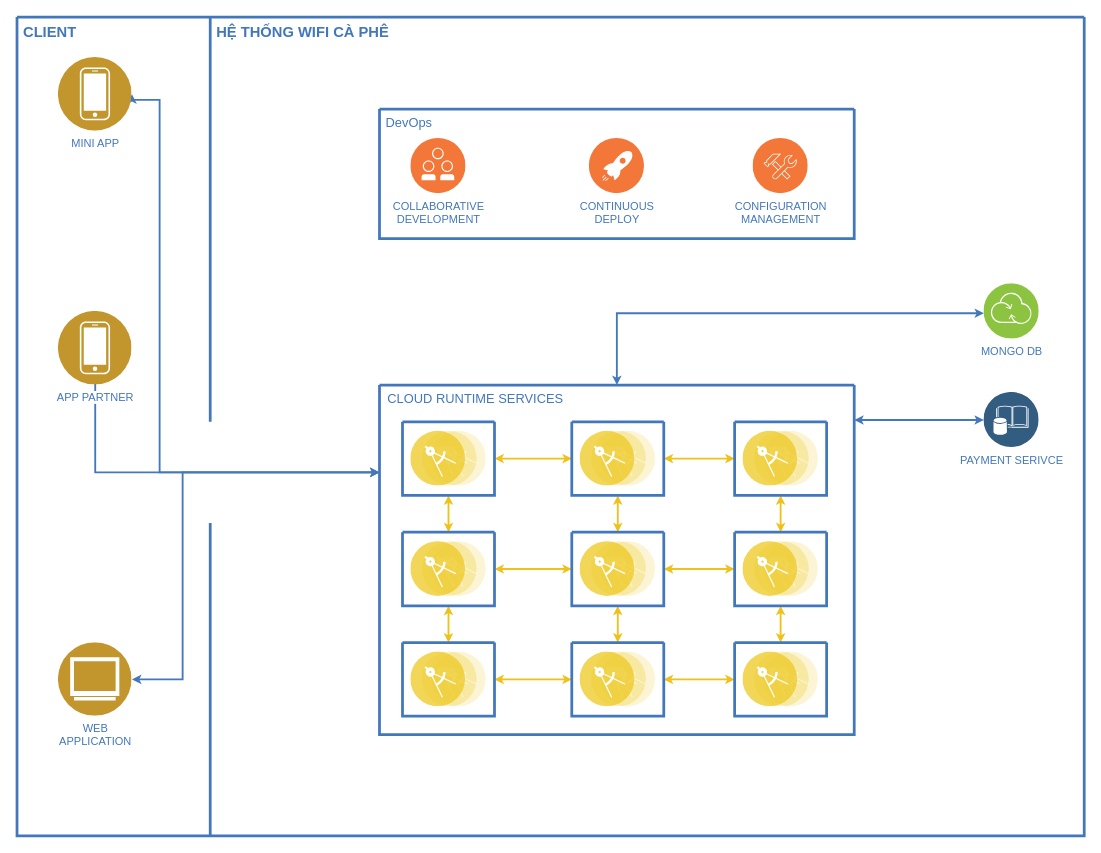
Before: wf-overview.drawio in tuanleanhhh/drawio-diagrams, a draw.io diagram. Source tidied: cells renumbered, new cells numbered last; positions are measured from the earlier drawing's top-left corner, leaving out a move shared by most shapes. Both pictures are drawn from the tidied source at 92%, with x=0, y=0 at pixel (17, 17). Pictures stored in the file or linked from it are replaced by grey dashed boxes.
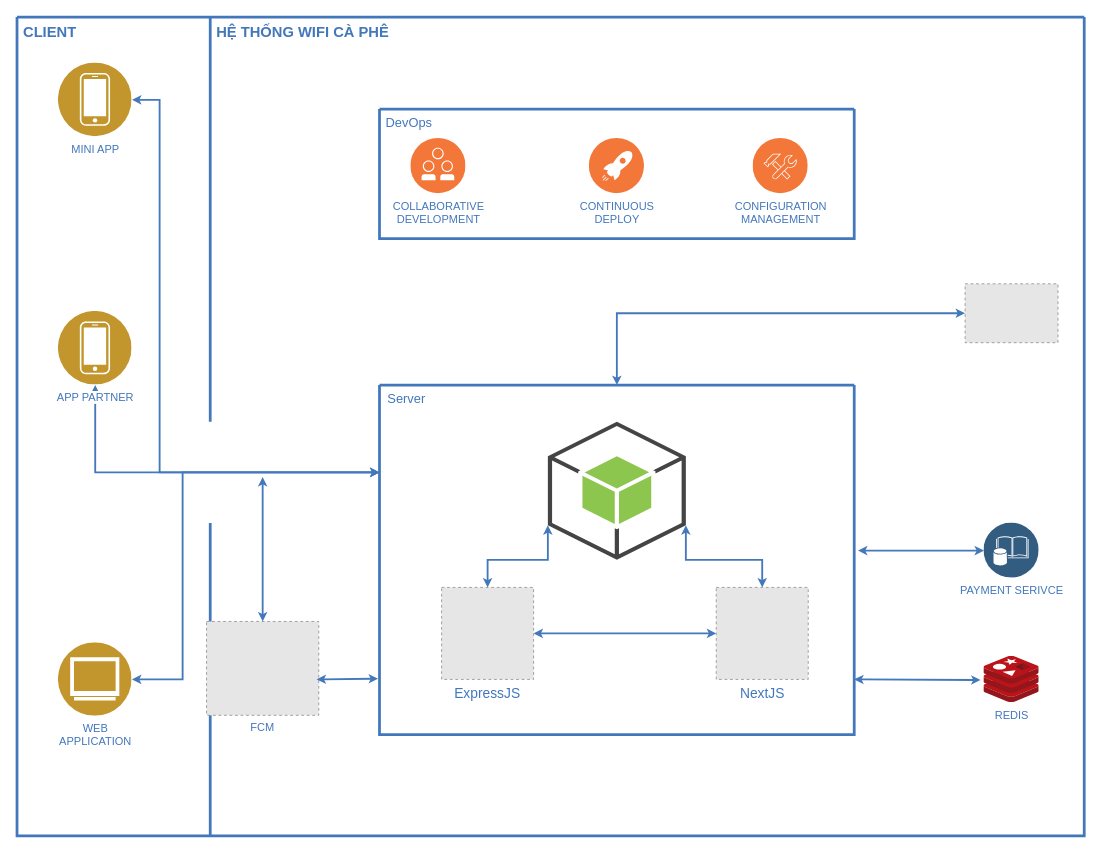
The same diagram, later.

The change refers to these unchanged cells:
```xml
<mxCell id="2" style="swimlane;shadow=0;strokeColor=#4277BB;fillColor=#ffffff;fontColor=#4277BB;align=right;startSize=0;strokeWidth=3;" parent="1" vertex="1">
  <mxGeometry width="1160" height="890" as="geometry" />
</mxCell>
<mxCell id="9" value="APP PARTNER" style="perimeter=ellipsePerimeter;html=1;align=center;shadow=0;dashed=0;image;image=img/lib/ibm/users/device.svg;labelBackgroundColor=#ffffff;strokeColor=#666666;strokeWidth=3;fillColor=#C2952D;gradientColor=none;fontSize=12;fontColor=#4277BB;" parent="2" vertex="1">
  <mxGeometry x="45" y="320" width="80" height="80" as="geometry" />
</mxCell>
```

Diff of the diagram source:
```diff
@@
-    <mxCell id="8" style="edgeStyle=orthogonalEdgeStyle;rounded=0;html=1;labelBackgroundColor=#ffffff;startArrow=classic;startFill=1;startSize=4;endArrow=classic;endFill=1;endSize=4;jettySize=auto;strokeColor=#4378BB;strokeWidth=2;fontSize=19;fontColor=#CC99FF;exitX=0.5;exitY=0;exitDx=0;exitDy=0;entryX=0;entryY=0.25;entryDx=0;entryDy=0;" parent="2" edge="1" source="9" target="16">
+    <mxCell id="8" style="edgeStyle=orthogonalEdgeStyle;rounded=0;html=1;labelBackgroundColor=#ffffff;startArrow=classic;startFill=1;startSize=4;endArrow=classic;endFill=1;endSize=4;jettySize=auto;strokeColor=#4378BB;strokeWidth=2;fontSize=19;fontColor=#CC99FF;entryX=0;entryY=0.25;entryDx=0;entryDy=0;exitX=0.5;exitY=1;exitDx=0;exitDy=0;" parent="2" edge="1" source="9" target="16">
       <mxGeometry relative="1" as="geometry">
         <Array as="points">
           <mxPoint x="85" y="495" />
         </Array>
       </mxGeometry>
     </mxCell>
@@
-    <mxCell id="16" style="swimlane;shadow=0;strokeColor=#4277BB;fillColor=#ffffff;fontColor=#4277BB;align=right;startSize=0;strokeWidth=3;" parent="2" vertex="1">
+    <mxCell id="16" style="swimlane;shadow=0;strokeColor=#4277BB;fillColor=#ffffff;fontColor=#4277BB;align=center;startSize=0;strokeWidth=3;labelPosition=center;verticalLabelPosition=bottom;verticalAlign=top;fontSize=15;" parent="2" vertex="1">
       <mxGeometry x="394" y="400" width="516" height="380" as="geometry" />
     </mxCell>
-    <mxCell id="17" value="CLOUD RUNTIME SERVICES" style="text;html=1;align=left;verticalAlign=top;fontColor=#4277BB;shadow=0;dashed=0;strokeColor=none;fillColor=none;labelBackgroundColor=none;fontStyle=0;fontSize=14;spacingLeft=5;" parent="16" vertex="1">
+    <mxCell id="17" value="Server" style="text;html=1;align=left;verticalAlign=top;fontColor=#4277BB;shadow=0;dashed=0;strokeColor=none;fillColor=none;labelBackgroundColor=none;fontStyle=0;fontSize=14;spacingLeft=5;" parent="16" vertex="1">
       <mxGeometry x="2" width="231" height="24" as="geometry" />
     </mxCell>
-    <mxCell id="18" style="edgeStyle=orthogonalEdgeStyle;rounded=0;html=1;entryX=0;entryY=0.5;labelBackgroundColor=#ffffff;startArrow=classic;startFill=1;startSize=4;endArrow=classic;endFill=1;endSize=4;jettySize=auto;strokeColor=#EEC11B;strokeWidth=2;fontSize=14;fontColor=#4277BB;" parent="16" edge="1" source="20" target="24">
-      <mxGeometry relative="1" as="geometry" />
-    </mxCell>
-    <mxCell id="19" style="edgeStyle=orthogonalEdgeStyle;rounded=0;html=1;entryX=0.5;entryY=0;labelBackgroundColor=#ffffff;startArrow=classic;startFill=1;startSize=4;endArrow=classic;endFill=1;endSize=4;jettySize=auto;strokeColor=#EEC11B;strokeWidth=2;fontSize=14;fontColor=#4277BB;" parent="16" edge="1" source="20" target="31">
-      <mxGeometry relative="1" as="geometry" />
-    </mxCell>
-    <mxCell id="20" style="swimlane;shadow=0;strokeColor=#4277BB;fillColor=#ffffff;fontColor=#4277BB;align=right;startSize=0;strokeWidth=3;" parent="16" vertex="1">
-      <mxGeometry x="25" y="40" width="100" height="80" as="geometry" />
-    </mxCell>
-    <mxCell id="21" style="perimeter=ellipsePerimeter;html=1;align=center;shadow=0;dashed=0;image;image=img/lib/ibm/applications/microservice.svg;labelBackgroundColor=#ffffff;strokeColor=#666666;strokeWidth=3;fillColor=#C2952D;gradientColor=none;fontSize=12;fontColor=#4277BB;" parent="20" vertex="1">
-      <mxGeometry x="9" y="10" width="82" height="60" as="geometry" />
-    </mxCell>
-    <mxCell id="22" style="edgeStyle=orthogonalEdgeStyle;rounded=0;html=1;entryX=0;entryY=0.5;labelBackgroundColor=#ffffff;startArrow=classic;startFill=1;startSize=4;endArrow=classic;endFill=1;endSize=4;jettySize=auto;strokeColor=#EEC11B;strokeWidth=2;fontSize=14;fontColor=#4277BB;" parent="16" edge="1" source="24" target="27">
-      <mxGeometry relative="1" as="geometry" />
-    </mxCell>
-    <mxCell id="23" style="edgeStyle=orthogonalEdgeStyle;rounded=0;html=1;entryX=0.5;entryY=0;labelBackgroundColor=#ffffff;startArrow=classic;startFill=1;startSize=4;endArrow=classic;endFill=1;endSize=4;jettySize=auto;strokeColor=#EEC11B;strokeWidth=2;fontSize=14;fontColor=#4277BB;" parent="16" edge="1" source="24" target="35">
-      <mxGeometry relative="1" as="geometry" />
-    </mxCell>
-    <mxCell id="24" style="swimlane;shadow=0;strokeColor=#4277BB;fillColor=#ffffff;fontColor=#4277BB;align=right;startSize=0;strokeWidth=3;" parent="16" vertex="1">
-      <mxGeometry x="209" y="40" width="100" height="80" as="geometry" />
-    </mxCell>
-    <mxCell id="25" style="perimeter=ellipsePerimeter;html=1;align=center;shadow=0;dashed=0;image;image=img/lib/ibm/applications/microservice.svg;labelBackgroundColor=#ffffff;strokeColor=#666666;strokeWidth=3;fillColor=#C2952D;gradientColor=none;fontSize=12;fontColor=#4277BB;" parent="24" vertex="1">
-      <mxGeometry x="9" y="10" width="82" height="60" as="geometry" />
-    </mxCell>
-    <mxCell id="26" style="edgeStyle=orthogonalEdgeStyle;rounded=0;html=1;entryX=0.5;entryY=0;labelBackgroundColor=#ffffff;startArrow=classic;startFill=1;startSize=4;endArrow=classic;endFill=1;endSize=4;jettySize=auto;strokeColor=#EEC11B;strokeWidth=2;fontSize=14;fontColor=#4277BB;" parent="16" edge="1" source="27" target="38">
-      <mxGeometry relative="1" as="geometry" />
-    </mxCell>
-    <mxCell id="27" style="swimlane;shadow=0;strokeColor=#4277BB;fillColor=#ffffff;fontColor=#4277BB;align=right;startSize=0;strokeWidth=3;" parent="16" vertex="1">
-      <mxGeometry x="386" y="40" width="100" height="80" as="geometry" />
-    </mxCell>
-    <mxCell id="28" style="perimeter=ellipsePerimeter;html=1;align=center;shadow=0;dashed=0;image;image=img/lib/ibm/applications/microservice.svg;labelBackgroundColor=#ffffff;strokeColor=#666666;strokeWidth=3;fillColor=#C2952D;gradientColor=none;fontSize=12;fontColor=#4277BB;" parent="27" vertex="1">
-      <mxGeometry x="9" y="10" width="82" height="60" as="geometry" />
-    </mxCell>
-    <mxCell id="29" style="edgeStyle=orthogonalEdgeStyle;rounded=0;html=1;entryX=0;entryY=0.5;labelBackgroundColor=#ffffff;startArrow=classic;startFill=1;startSize=4;endArrow=classic;endFill=1;endSize=4;jettySize=auto;strokeColor=#EEC11B;strokeWidth=2;fontSize=14;fontColor=#4277BB;" parent="16" edge="1" source="31" target="35">
-      <mxGeometry relative="1" as="geometry" />
-    </mxCell>
-    <mxCell id="30" style="edgeStyle=orthogonalEdgeStyle;rounded=0;html=1;entryX=0.5;entryY=0;labelBackgroundColor=#ffffff;startArrow=classic;startFill=1;startSize=4;endArrow=classic;endFill=1;endSize=4;jettySize=auto;strokeColor=#EEC11B;strokeWidth=2;fontSize=14;fontColor=#4277BB;" parent="16" edge="1" source="31" target="41">
-      <mxGeometry relative="1" as="geometry" />
-    </mxCell>
-    <mxCell id="31" style="swimlane;shadow=0;strokeColor=#4277BB;fillColor=#ffffff;fontColor=#4277BB;align=right;startSize=0;strokeWidth=3;" parent="16" vertex="1">
-      <mxGeometry x="25" y="160" width="100" height="80" as="geometry" />
-    </mxCell>
-    <mxCell id="32" style="perimeter=ellipsePerimeter;html=1;align=center;shadow=0;dashed=0;image;image=img/lib/ibm/applications/microservice.svg;labelBackgroundColor=#ffffff;strokeColor=#666666;strokeWidth=3;fillColor=#C2952D;gradientColor=none;fontSize=12;fontColor=#4277BB;" parent="31" vertex="1">
-      <mxGeometry x="9" y="10" width="82" height="60" as="geometry" />
-    </mxCell>
-    <mxCell id="33" style="edgeStyle=orthogonalEdgeStyle;rounded=0;html=1;entryX=0;entryY=0.5;labelBackgroundColor=#ffffff;startArrow=classic;startFill=1;startSize=4;endArrow=classic;endFill=1;endSize=4;jettySize=auto;strokeColor=#EEC11B;strokeWidth=2;fontSize=14;fontColor=#4277BB;" parent="16" edge="1" source="35" target="38">
-      <mxGeometry relative="1" as="geometry" />
-    </mxCell>
-    <mxCell id="34" style="edgeStyle=orthogonalEdgeStyle;rounded=0;html=1;entryX=0.5;entryY=0;labelBackgroundColor=#ffffff;startArrow=classic;startFill=1;startSize=4;endArrow=classic;endFill=1;endSize=4;jettySize=auto;strokeColor=#EEC11B;strokeWidth=2;fontSize=14;fontColor=#4277BB;" parent="16" edge="1" source="35" target="44">
-      <mxGeometry relative="1" as="geometry" />
-    </mxCell>
-    <mxCell id="35" style="swimlane;shadow=0;strokeColor=#4277BB;fillColor=#ffffff;fontColor=#4277BB;align=right;startSize=0;strokeWidth=3;" parent="16" vertex="1">
-      <mxGeometry x="209" y="160" width="100" height="80" as="geometry" />
-    </mxCell>
-    <mxCell id="36" style="perimeter=ellipsePerimeter;html=1;align=center;shadow=0;dashed=0;image;image=img/lib/ibm/applications/microservice.svg;labelBackgroundColor=#ffffff;strokeColor=#666666;strokeWidth=3;fillColor=#C2952D;gradientColor=none;fontSize=12;fontColor=#4277BB;" parent="35" vertex="1">
-      <mxGeometry x="9" y="10" width="82" height="60" as="geometry" />
-    </mxCell>
-    <mxCell id="37" style="edgeStyle=orthogonalEdgeStyle;rounded=0;html=1;entryX=0.5;entryY=0;labelBackgroundColor=#ffffff;startArrow=classic;startFill=1;startSize=4;endArrow=classic;endFill=1;endSize=4;jettySize=auto;strokeColor=#EEC11B;strokeWidth=2;fontSize=14;fontColor=#4277BB;" parent="16" edge="1" source="38" target="46">
-      <mxGeometry relative="1" as="geometry" />
-    </mxCell>
-    <mxCell id="38" style="swimlane;shadow=0;strokeColor=#4277BB;fillColor=#ffffff;fontColor=#4277BB;align=right;startSize=0;strokeWidth=3;" parent="16" vertex="1">
-      <mxGeometry x="386" y="160" width="100" height="80" as="geometry" />
-    </mxCell>
-    <mxCell id="39" style="perimeter=ellipsePerimeter;html=1;align=center;shadow=0;dashed=0;image;image=img/lib/ibm/applications/microservice.svg;labelBackgroundColor=#ffffff;strokeColor=#666666;strokeWidth=3;fillColor=#C2952D;gradientColor=none;fontSize=12;fontColor=#4277BB;" parent="38" vertex="1">
-      <mxGeometry x="9" y="10" width="82" height="60" as="geometry" />
-    </mxCell>
-    <mxCell id="40" style="edgeStyle=orthogonalEdgeStyle;rounded=0;html=1;entryX=0;entryY=0.5;labelBackgroundColor=#ffffff;startArrow=classic;startFill=1;startSize=4;endArrow=classic;endFill=1;endSize=4;jettySize=auto;strokeColor=#EEC11B;strokeWidth=2;fontSize=14;fontColor=#4277BB;" parent="16" edge="1" source="41" target="44">
-      <mxGeometry relative="1" as="geometry" />
-    </mxCell>
-    <mxCell id="41" style="swimlane;shadow=0;strokeColor=#4277BB;fillColor=#ffffff;fontColor=#4277BB;align=right;startSize=0;strokeWidth=3;" parent="16" vertex="1">
-      <mxGeometry x="25" y="280" width="100" height="80" as="geometry" />
-    </mxCell>
-    <mxCell id="42" style="perimeter=ellipsePerimeter;html=1;align=center;shadow=0;dashed=0;image;image=img/lib/ibm/applications/microservice.svg;labelBackgroundColor=#ffffff;strokeColor=#666666;strokeWidth=3;fillColor=#C2952D;gradientColor=none;fontSize=12;fontColor=#4277BB;" parent="41" vertex="1">
-      <mxGeometry x="9" y="10" width="82" height="60" as="geometry" />
-    </mxCell>
-    <mxCell id="43" style="edgeStyle=orthogonalEdgeStyle;rounded=0;html=1;entryX=0;entryY=0.5;labelBackgroundColor=#ffffff;startArrow=classic;startFill=1;startSize=4;endArrow=classic;endFill=1;endSize=4;jettySize=auto;strokeColor=#EEC11B;strokeWidth=2;fontSize=14;fontColor=#4277BB;" parent="16" edge="1" source="44" target="46">
-      <mxGeometry relative="1" as="geometry" />
-    </mxCell>
-    <mxCell id="44" style="swimlane;shadow=0;strokeColor=#4277BB;fillColor=#ffffff;fontColor=#4277BB;align=right;startSize=0;strokeWidth=3;" parent="16" vertex="1">
-      <mxGeometry x="209" y="280" width="100" height="80" as="geometry" />
-    </mxCell>
-    <mxCell id="45" style="perimeter=ellipsePerimeter;html=1;align=center;shadow=0;dashed=0;image;image=img/lib/ibm/applications/microservice.svg;labelBackgroundColor=#ffffff;strokeColor=#666666;strokeWidth=3;fillColor=#C2952D;gradientColor=none;fontSize=12;fontColor=#4277BB;" parent="44" vertex="1">
-      <mxGeometry x="9" y="10" width="82" height="60" as="geometry" />
-    </mxCell>
-    <mxCell id="46" style="swimlane;shadow=0;strokeColor=#4277BB;fillColor=#ffffff;fontColor=#4277BB;align=right;startSize=0;strokeWidth=3;" parent="16" vertex="1">
-      <mxGeometry x="386" y="280" width="100" height="80" as="geometry" />
-    </mxCell>
-    <mxCell id="47" style="perimeter=ellipsePerimeter;html=1;align=center;shadow=0;dashed=0;image;image=img/lib/ibm/applications/microservice.svg;labelBackgroundColor=#ffffff;strokeColor=#666666;strokeWidth=3;fillColor=#C2952D;gradientColor=none;fontSize=12;fontColor=#4277BB;" parent="46" vertex="1">
-      <mxGeometry x="9" y="10" width="82" height="60" as="geometry" />
-    </mxCell>
+    <mxCell id="54" value="ExpressJS" style="fillColor=#E6E6E6;strokeColor=#999999;dashed=1;fontColor=#4277BB;labelPosition=center;verticalLabelPosition=bottom;align=center;verticalAlign=top;fontSize=15;" parent="16" vertex="1">
+      <mxGeometry x="67.5" y="220" width="100" height="100" as="geometry" />
+    </mxCell>
+    <mxCell id="55" value="NextJS" style="fillColor=#E6E6E6;strokeColor=#999999;dashed=1;fontColor=#4277BB;fontSize=15;labelPosition=center;verticalLabelPosition=bottom;align=center;verticalAlign=top;html=1;" parent="16" vertex="1">
+      <mxGeometry x="366" y="220" width="100" height="100" as="geometry" />
+    </mxCell>
+    <mxCell id="56" style="outlineConnect=0;dashed=0;verticalLabelPosition=bottom;verticalAlign=top;align=center;html=1;shape=mxgraph.aws3.android;fillColor=#8CC64F;gradientColor=none;" parent="16" vertex="1">
+      <mxGeometry x="183" y="40" width="150" height="150" as="geometry" />
+    </mxCell>
+    <mxCell id="57" style="edgeStyle=elbowEdgeStyle;rounded=0;html=1;labelBackgroundColor=#ffffff;startArrow=classic;startFill=1;startSize=4;endArrow=classic;endFill=1;endSize=4;jettySize=auto;strokeColor=#4378BB;strokeWidth=2;fontSize=19;fontColor=#CC99FF;elbow=vertical;exitX=0;exitY=0.5;exitDx=0;exitDy=0;entryX=1;entryY=0.5;entryDx=0;entryDy=0;" parent="16" edge="1" source="55" target="54">
+      <mxGeometry relative="1" as="geometry" />
+    </mxCell>
+    <mxCell id="58" style="edgeStyle=elbowEdgeStyle;rounded=0;html=1;labelBackgroundColor=#ffffff;startArrow=classic;startFill=1;startSize=4;endArrow=classic;endFill=1;endSize=4;jettySize=auto;strokeColor=#4378BB;strokeWidth=2;fontSize=19;fontColor=#CC99FF;elbow=vertical;exitX=0;exitY=0.75;exitDx=0;exitDy=0;entryX=0.5;entryY=0;entryDx=0;entryDy=0;exitPerimeter=0;" parent="16" edge="1" source="56" target="54">
+      <mxGeometry relative="1" as="geometry">
+        <Array as="points">
+          <mxPoint x="166" y="190" />
+        </Array>
+      </mxGeometry>
+    </mxCell>
+    <mxCell id="59" style="edgeStyle=elbowEdgeStyle;rounded=0;html=1;labelBackgroundColor=#ffffff;startArrow=classic;startFill=1;startSize=4;endArrow=classic;endFill=1;endSize=4;jettySize=auto;strokeColor=#4378BB;strokeWidth=2;fontSize=19;fontColor=#CC99FF;elbow=vertical;exitX=0.5;exitY=0;exitDx=0;exitDy=0;entryX=1;entryY=0.75;entryDx=0;entryDy=0;entryPerimeter=0;" parent="16" edge="1" source="55" target="56">
+      <mxGeometry relative="1" as="geometry">
+        <Array as="points">
+          <mxPoint x="366" y="190" />
+        </Array>
+      </mxGeometry>
+    </mxCell>
-    <mxCell id="48" style="edgeStyle=elbowEdgeStyle;rounded=0;html=1;labelBackgroundColor=#ffffff;startArrow=classic;startFill=1;startSize=4;endArrow=classic;endFill=1;endSize=4;jettySize=auto;strokeColor=#4378BB;strokeWidth=2;fontSize=19;fontColor=#CC99FF;elbow=vertical;" parent="2" edge="1" source="49" target="16">
+    <mxCell id="48" style="edgeStyle=elbowEdgeStyle;rounded=0;html=1;labelBackgroundColor=#ffffff;startArrow=classic;startFill=1;startSize=4;endArrow=classic;endFill=1;endSize=4;jettySize=auto;strokeColor=#4378BB;strokeWidth=2;fontSize=19;fontColor=#CC99FF;elbow=vertical;exitX=0;exitY=0.5;exitDx=0;exitDy=0;" parent="2" edge="1" source="65" target="16">
       <mxGeometry relative="1" as="geometry">
         <Array as="points">
           <mxPoint x="982" y="322" />
         </Array>
       </mxGeometry>
     </mxCell>
-    <mxCell id="49" value="MONGO DB" style="perimeter=ellipsePerimeter;html=1;align=center;shadow=0;dashed=0;image;image=img/lib/ibm/infrastructure/transformation_connectivity.svg;labelBackgroundColor=#ffffff;strokeColor=#666666;strokeWidth=3;fillColor=#C2952D;gradientColor=none;fontSize=12;fontColor=#4277BB;" parent="2" vertex="1">
-      <mxGeometry x="1051" y="290" width="60" height="60" as="geometry" />
-    </mxCell>
-    <mxCell id="50" style="edgeStyle=elbowEdgeStyle;rounded=0;html=1;labelBackgroundColor=#ffffff;startArrow=classic;startFill=1;startSize=4;endArrow=classic;endFill=1;endSize=4;jettySize=auto;strokeColor=#4378BB;strokeWidth=2;fontSize=19;fontColor=#CC99FF;elbow=vertical;" parent="2" edge="1" source="51" target="16">
-      <mxGeometry relative="1" as="geometry">
-        <Array as="points">
-          <mxPoint x="981" y="438" />
-        </Array>
-      </mxGeometry>
+    <mxCell id="50" style="edgeStyle=elbowEdgeStyle;rounded=0;html=1;labelBackgroundColor=#ffffff;startArrow=classic;startFill=1;startSize=4;endArrow=classic;endFill=1;endSize=4;jettySize=auto;strokeColor=#4378BB;strokeWidth=2;fontSize=19;fontColor=#CC99FF;elbow=vertical;exitX=0;exitY=0.5;exitDx=0;exitDy=0;entryX=1.008;entryY=0.472;entryDx=0;entryDy=0;entryPerimeter=0;" parent="2" edge="1" source="51" target="16">
+      <mxGeometry relative="1" as="geometry" />
     </mxCell>
     <mxCell id="51" value="PAYMENT SERIVCE" style="perimeter=ellipsePerimeter;html=1;align=center;shadow=0;dashed=0;image;image=img/lib/ibm/data/enterprise_data.svg;labelBackgroundColor=#ffffff;strokeColor=#666666;strokeWidth=3;fillColor=#C2952D;gradientColor=none;fontSize=12;fontColor=#4277BB;" parent="2" vertex="1">
-      <mxGeometry x="1051" y="408" width="60" height="60" as="geometry" />
+      <mxGeometry x="1051" y="550" width="60" height="60" as="geometry" />
     </mxCell>
@@
     <mxCell id="53" value="MINI APP" style="perimeter=ellipsePerimeter;html=1;align=center;shadow=0;dashed=0;image;image=img/lib/ibm/users/device.svg;labelBackgroundColor=#ffffff;strokeColor=#666666;strokeWidth=3;fillColor=#C2952D;gradientColor=none;fontSize=12;fontColor=#4277BB;" parent="2" vertex="1">
-      <mxGeometry x="45" y="44" width="80" height="80" as="geometry" />
+      <mxGeometry x="45" y="50" width="80" height="80" as="geometry" />
     </mxCell>
+    <mxCell id="60" style="edgeStyle=elbowEdgeStyle;rounded=0;html=1;labelBackgroundColor=#ffffff;startArrow=classic;startFill=1;startSize=4;endArrow=classic;endFill=1;endSize=4;jettySize=auto;strokeColor=#4378BB;strokeWidth=2;fontSize=19;fontColor=#CC99FF;elbow=vertical;entryX=1.004;entryY=0.839;entryDx=0;entryDy=0;entryPerimeter=0;exitX=-0.061;exitY=0.513;exitDx=0;exitDy=0;exitPerimeter=0;" parent="2" edge="1" source="61">
+      <mxGeometry relative="1" as="geometry">
+        <mxPoint x="910" y="719.5" as="targetPoint" />
+      </mxGeometry>
+    </mxCell>
+    <mxCell id="61" value="REDIS" style="image;sketch=0;html=1;points=[];align=center;fontSize=12;image=img/lib/mscae/Cache_Redis_Product.svg;fontColor=#4277BB;" parent="2" vertex="1">
+      <mxGeometry x="1051" y="694.8" width="60" height="50.4" as="geometry" />
+    </mxCell>
+    <mxCell id="62" value="FCM" style="fillColor=#E6E6E6;strokeColor=#999999;dashed=1;fontColor=#4277BB;labelPosition=center;verticalLabelPosition=bottom;align=center;verticalAlign=top;" parent="2" vertex="1">
+      <mxGeometry x="206" y="657" width="122" height="102" as="geometry" />
+    </mxCell>
+    <mxCell id="63" style="edgeStyle=elbowEdgeStyle;rounded=0;html=1;labelBackgroundColor=#ffffff;startArrow=classic;startFill=1;startSize=4;endArrow=classic;endFill=1;endSize=4;jettySize=auto;strokeColor=#4378BB;strokeWidth=2;fontSize=19;fontColor=#CC99FF;elbow=vertical;exitX=-0.003;exitY=0.84;exitDx=0;exitDy=0;entryX=0.981;entryY=0.618;entryDx=0;entryDy=0;entryPerimeter=0;exitPerimeter=0;" parent="2" edge="1" source="16" target="62">
+      <mxGeometry relative="1" as="geometry" />
+    </mxCell>
+    <mxCell id="64" style="edgeStyle=elbowEdgeStyle;rounded=0;html=1;labelBackgroundColor=#ffffff;startArrow=classic;startFill=1;startSize=4;endArrow=classic;endFill=1;endSize=4;jettySize=auto;strokeColor=#4378BB;strokeWidth=2;fontSize=19;fontColor=#CC99FF;elbow=vertical;" parent="2" edge="1" source="62">
+      <mxGeometry relative="1" as="geometry">
+        <mxPoint x="267" y="500" as="targetPoint" />
+      </mxGeometry>
+    </mxCell>
+    <mxCell id="65" style="fillColor=#E6E6E6;strokeColor=#999999;dashed=1;verticalLabelPosition=bottom;labelBackgroundColor=#ffffff;verticalAlign=top;" parent="2" vertex="1">
+      <mxGeometry x="1030.5" y="290" width="101" height="64" as="geometry" />
+    </mxCell>
```
